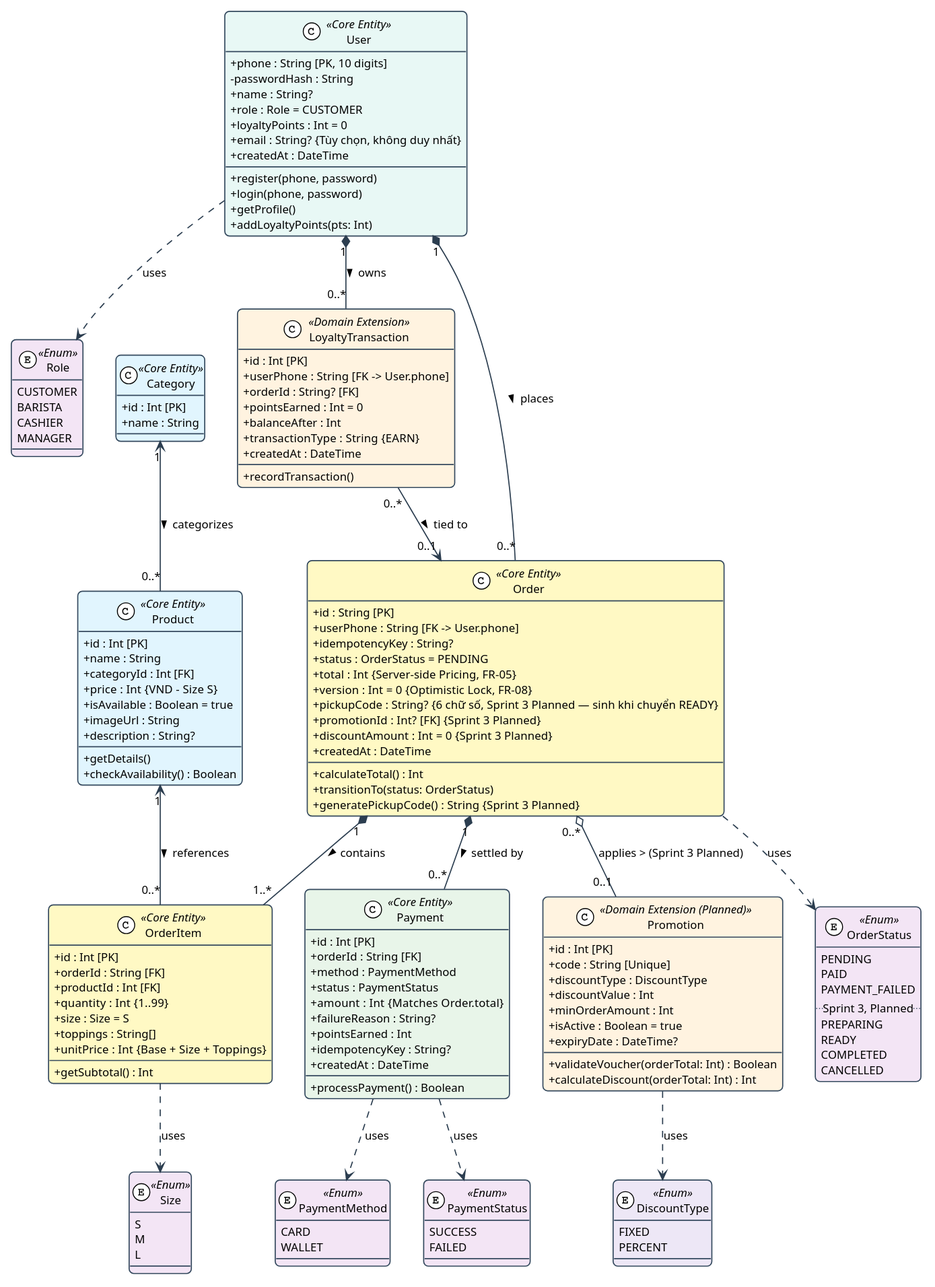
Before: docs/diagrams/class-domain.svg, a diagram exported from PlantUML (Longcodepro/Project_SE_Assignment02_HK1_2026_2027).
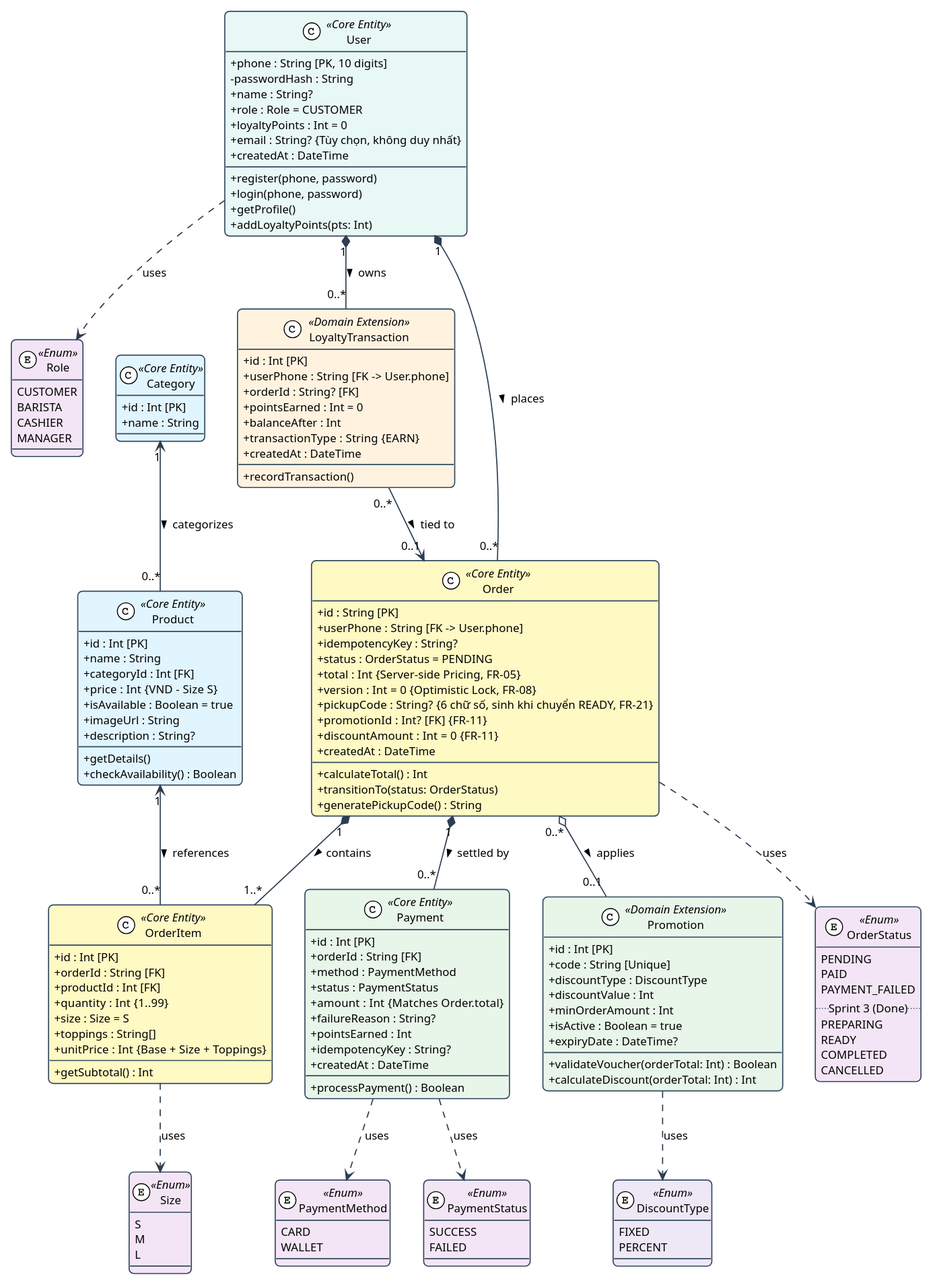
The same file after the commit.

Commit message:
docs(task-s3.13): hoàn tất tài liệu, sơ đồ và ghi chú phát hành Sprint 3

The edit, as a diff of the source:
```diff
@@ -23,7 +23,7 @@
   PENDING
   PAID
   PAYMENT_FAILED
-  ..Sprint 3, Planned..
+  ..Sprint 3 (Done)..
   PREPARING
   READY
   COMPLETED
@@ -91,14 +91,14 @@
   + status : OrderStatus = PENDING
   + total : Int  {Server-side Pricing, FR-05}
   + version : Int = 0  {Optimistic Lock, FR-08}
-  + pickupCode : String?  {6 chữ số, Sprint 3 Planned — sinh khi chuyển READY}
-  + promotionId : Int? [FK]  {Sprint 3 Planned}
-  + discountAmount : Int = 0  {Sprint 3 Planned}
+  + pickupCode : String?  {6 chữ số, sinh khi chuyển READY, FR-21}
+  + promotionId : Int? [FK]  {FR-11}
+  + discountAmount : Int = 0  {FR-11}
   + createdAt : DateTime
   __
   + calculateTotal() : Int
   + transitionTo(status: OrderStatus)
-  + generatePickupCode() : String  {Sprint 3 Planned}
+  + generatePickupCode() : String
 }
 
 class OrderItem <<Core Entity>> #FFF9C4 {
@@ -127,7 +127,7 @@
   + processPayment() : Boolean
 }
 
-class Promotion <<Domain Extension (Planned)>> #FFF3E0 {
+class Promotion <<Domain Extension>> #E8F5E9 {
   + id : Int [PK]
   + code : String [Unique]
   + discountType : DiscountType
@@ -160,7 +160,7 @@
 Category "1" <-- "0..*" Product : "categorizes >"
 
 Order "1" *-- "0..*" Payment : "settled by >"
-Order "0..*" o-- "0..1" Promotion : "applies > (Sprint 3 Planned)"
+Order "0..*" o-- "0..1" Promotion : "applies >"
 
 LoyaltyTransaction "0..*" --> "0..1" Order : "tied to >"
 
```
